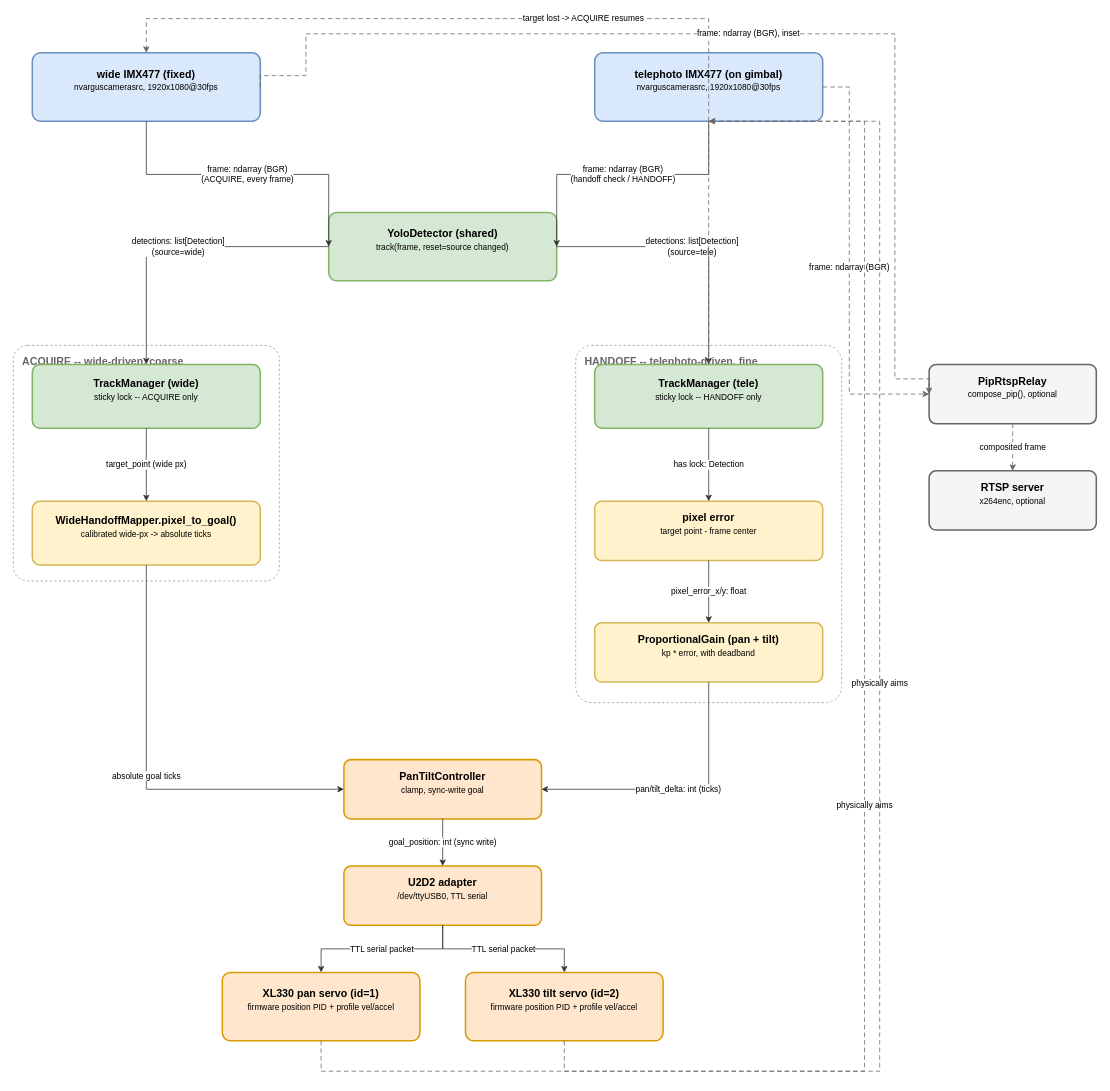
Earlier version of the draw.io diagram assets/block_diagram.drawio (beecars/pan-tilt-track). Source tidied: cells renumbered, new cells numbered last; positions are measured from the earlier drawing's top-left corner, leaving out a move shared by most shapes. Both pictures are drawn from the tidied source at 76%, with x=0, y=0 at pixel (13, 18).
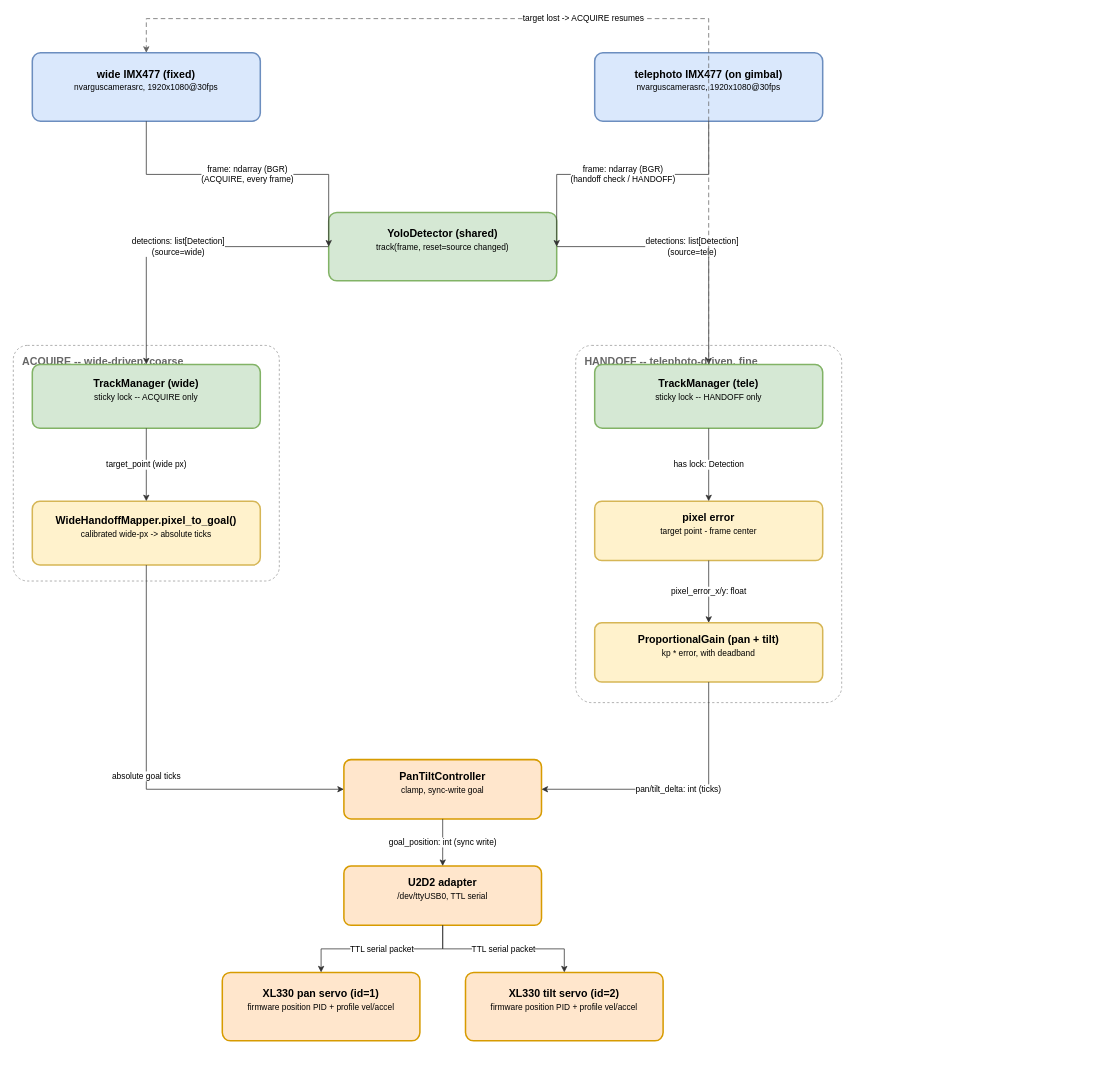
After the change.

Commit message (it also covers changes not shown here):
Declutter block diagram: drop streaming path and servo->camera lines

RTSP/PipRtspRelay and the pan/tilt-servo-to-telephoto-camera edges added
noise without adding information (the servos physically aiming the
camera they're mounted to is implicit). Diagram now covers camera ->
detect -> control -> servo plus the ACQUIRE/HANDOFF feedback loop only.

The change refers to these unchanged cells:
```xml
<mxCell id="4" value="wide IMX477 (fixed)&lt;div style=&quot;font-weight:normal;font-size:11px;margin-top:4px;&quot;&gt;nvarguscamerasrc, 1920x1080@30fps&lt;/div&gt;" style="rounded=1;arcSize=12;whiteSpace=wrap;html=1;fillColor=#dae8fc;strokeColor=#6c8ebf;strokeWidth=2;fontSize=14;fontStyle=1;verticalAlign=middle;spacingBottom=18;" parent="1" vertex="1">
  <mxGeometry x="25" y="45" width="300" height="90" as="geometry" />
</mxCell>
<mxCell id="5" value="telephoto IMX477 (on gimbal)&lt;div style=&quot;font-weight:normal;font-size:11px;margin-top:4px;&quot;&gt;nvarguscamerasrc, 1920x1080@30fps&lt;/div&gt;" style="rounded=1;arcSize=12;whiteSpace=wrap;html=1;fillColor=#dae8fc;strokeColor=#6c8ebf;strokeWidth=2;fontSize=14;fontStyle=1;verticalAlign=middle;spacingBottom=18;" parent="1" vertex="1">
  <mxGeometry x="765" y="45" width="300" height="90" as="geometry" />
</mxCell>
<mxCell id="14" value="XL330 pan servo (id=1)&lt;div style=&quot;font-weight:normal;font-size:11px;margin-top:4px;&quot;&gt;firmware position PID + profile vel/accel&lt;/div&gt;" style="rounded=1;arcSize=12;whiteSpace=wrap;html=1;fillColor=#ffe6cc;strokeColor=#d79b00;strokeWidth=2;fontSize=14;fontStyle=1;verticalAlign=middle;spacingBottom=18;" parent="1" vertex="1">
  <mxGeometry x="275" y="1255" width="260" height="90" as="geometry" />
</mxCell>
<mxCell id="15" value="XL330 tilt servo (id=2)&lt;div style=&quot;font-weight:normal;font-size:11px;margin-top:4px;&quot;&gt;firmware position PID + profile vel/accel&lt;/div&gt;" style="rounded=1;arcSize=12;whiteSpace=wrap;html=1;fillColor=#ffe6cc;strokeColor=#d79b00;strokeWidth=2;fontSize=14;fontStyle=1;verticalAlign=middle;spacingBottom=18;" parent="1" vertex="1">
  <mxGeometry x="595" y="1255" width="260" height="90" as="geometry" />
</mxCell>
```

Diff of the diagram source:
```diff
@@
-    <mxCell id="16" value="PipRtspRelay&lt;div style=&quot;font-weight:normal;font-size:11px;margin-top:4px;&quot;&gt;compose_pip(), optional&lt;/div&gt;" style="rounded=1;arcSize=12;whiteSpace=wrap;html=1;fillColor=#f5f5f5;strokeColor=#666666;strokeWidth=2;fontSize=14;fontStyle=1;verticalAlign=middle;spacingBottom=18;" parent="1" vertex="1">
-      <mxGeometry x="1205" y="455" width="220" height="78" as="geometry" />
-    </mxCell>
-    <mxCell id="17" value="RTSP server&lt;div style=&quot;font-weight:normal;font-size:11px;margin-top:4px;&quot;&gt;x264enc, optional&lt;/div&gt;" style="rounded=1;arcSize=12;whiteSpace=wrap;html=1;fillColor=#f5f5f5;strokeColor=#666666;strokeWidth=2;fontSize=14;fontStyle=1;verticalAlign=middle;spacingBottom=18;" parent="1" vertex="1">
-      <mxGeometry x="1205" y="595" width="220" height="78" as="geometry" />
-    </mxCell>
@@
-    <mxCell id="31" value="frame: ndarray (BGR)" style="edgeStyle=orthogonalEdgeStyle;rounded=0;html=1;dashed=1;dashPattern=6 4;strokeColor=#666666;exitX=1;exitY=0.5;exitDx=0;exitDy=0;entryX=0;entryY=0.5;entryDx=0;entryDy=0;fontSize=11;" parent="1" edge="1" source="5" target="16">
-      <mxGeometry relative="1" as="geometry">
-        <Array as="points">
-          <mxPoint x="1100" y="90" />
-          <mxPoint x="1100" y="494" />
-        </Array>
-      </mxGeometry>
-    </mxCell>
-    <mxCell id="32" value="frame: ndarray (BGR), inset" style="edgeStyle=orthogonalEdgeStyle;rounded=0;html=1;dashed=1;dashPattern=6 4;strokeColor=#666666;exitX=1;exitY=0.5;exitDx=0;exitDy=0;entryX=0;entryY=0.5;entryDx=0;entryDy=0;fontSize=11;" parent="1" edge="1" source="4" target="16">
-      <mxGeometry relative="1" as="geometry">
-        <Array as="points">
-          <mxPoint x="385" y="75" />
-          <mxPoint x="385" y="20" />
-          <mxPoint x="1160" y="20" />
-          <mxPoint x="1160" y="474" />
-        </Array>
-      </mxGeometry>
-    </mxCell>
-    <mxCell id="33" value="physically aims" style="edgeStyle=orthogonalEdgeStyle;rounded=0;html=1;dashed=1;dashPattern=6 4;strokeColor=#666666;exitX=0.5;exitY=1;exitDx=0;exitDy=0;entryX=0.5;entryY=1;entryDx=0;entryDy=0;fontSize=11;" parent="1" edge="1" source="14" target="5">
-      <mxGeometry relative="1" as="geometry">
-        <Array as="points">
-          <mxPoint x="405" y="1385" />
-          <mxPoint x="1120" y="1385" />
-          <mxPoint x="1120" y="135" />
-        </Array>
-      </mxGeometry>
-    </mxCell>
-    <mxCell id="34" value="physically aims" style="edgeStyle=orthogonalEdgeStyle;rounded=0;html=1;dashed=1;dashPattern=6 4;strokeColor=#666666;exitX=0.5;exitY=1;exitDx=0;exitDy=0;entryX=0.5;entryY=1;entryDx=0;entryDy=0;fontSize=11;" parent="1" edge="1" source="15" target="5">
-      <mxGeometry relative="1" as="geometry">
-        <Array as="points">
-          <mxPoint x="725" y="1385" />
-          <mxPoint x="1140" y="1385" />
-          <mxPoint x="1140" y="135" />
-        </Array>
-      </mxGeometry>
-    </mxCell>
-    <mxCell id="35" value="composited frame" style="edgeStyle=orthogonalEdgeStyle;rounded=0;html=1;dashed=1;dashPattern=6 4;strokeColor=#666666;exitX=0.5;exitY=1;exitDx=0;exitDy=0;entryX=0.5;entryY=0;entryDx=0;entryDy=0;fontSize=11;" parent="1" edge="1" source="16" target="17">
-      <mxGeometry relative="1" as="geometry" />
-    </mxCell>
```
